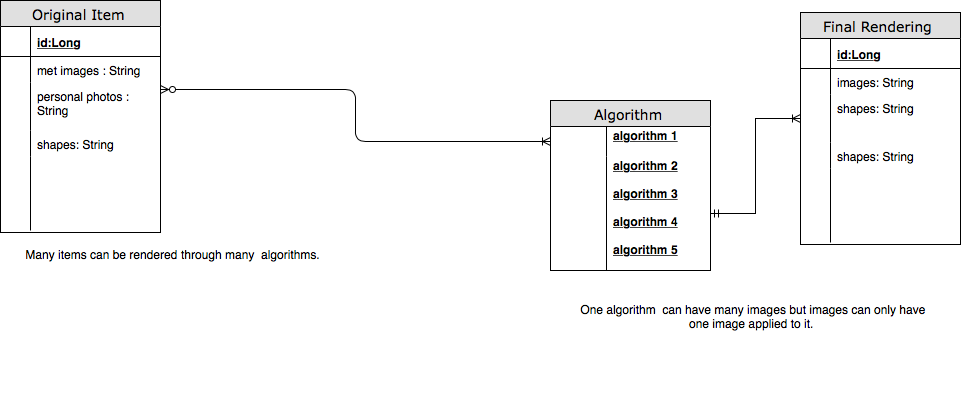
This is docs/erd.png from nevdiaz/Iterate, a draw.io export, as it was before one commit. Source tidied: cells renumbered, new cells last; positions are measured from the earlier drawing's top-left corner, leaving out a move shared by most shapes.
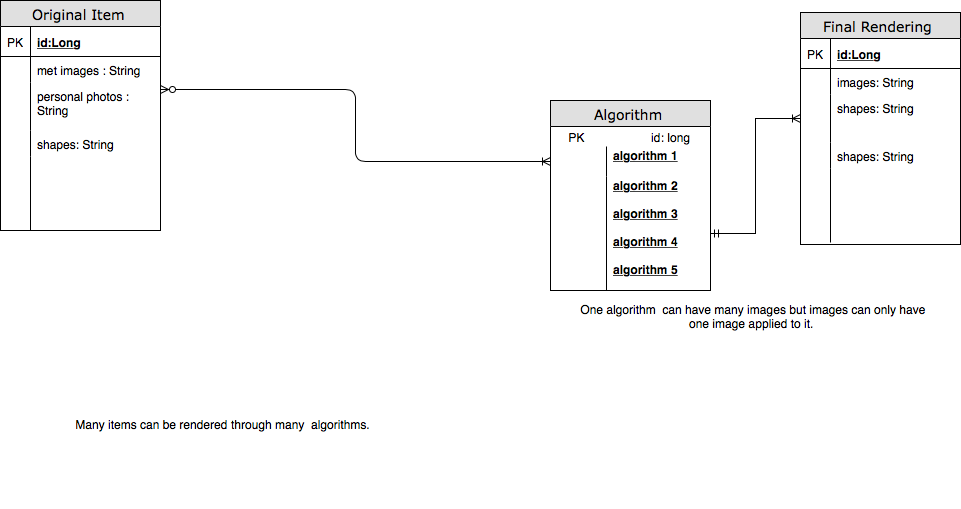
Later version of the same file.

The edit, as a diff of the source:
```diff
@@ -3,12 +3,12 @@
     <mxCell id="0" />
     <mxCell id="1" parent="0" />
     <mxCell id="2" value="Original Item" style="swimlane;html=1;fontStyle=0;horizontal=1;startSize=26;fillColor=#e0e0e0;swimlaneFillColor=#ffffff;align=center;rounded=0;shadow=0;comic=0;labelBackgroundColor=none;strokeColor=#000000;strokeWidth=1;fontFamily=Verdana;fontSize=14;fontColor=#000000;" parent="1" vertex="1">
-      <mxGeometry width="160" height="232" as="geometry" />
+      <mxGeometry width="160" height="230" as="geometry" />
     </mxCell>
     <mxCell id="3" value="id:Long" style="shape=partialRectangle;top=0;left=0;right=0;bottom=1;html=1;align=left;verticalAlign=middle;fillColor=none;spacingLeft=34;spacingRight=4;whiteSpace=wrap;overflow=hidden;fontStyle=5;" parent="2" vertex="1">
       <mxGeometry y="26" width="160" height="30" as="geometry" />
     </mxCell>
-    <mxCell id="4" style="shape=partialRectangle;top=0;left=0;bottom=0;html=1;fillColor=none;align=left;verticalAlign=middle;spacingLeft=4;spacingRight=4;whiteSpace=wrap;overflow=hidden;" parent="3" vertex="1">
+    <mxCell id="4" value="PK" style="shape=partialRectangle;top=0;left=0;bottom=0;html=1;fillColor=none;align=left;verticalAlign=middle;spacingLeft=4;spacingRight=4;whiteSpace=wrap;overflow=hidden;" parent="3" vertex="1">
       <mxGeometry width="30" height="30" as="geometry" />
     </mxCell>
     <mxCell id="5" value="met images : String" style="shape=partialRectangle;top=0;left=0;right=0;bottom=0;html=1;align=left;verticalAlign=top;fillColor=none;spacingLeft=34;spacingRight=4;whiteSpace=wrap;overflow=hidden;" parent="2" vertex="1">
@@ -36,16 +36,19 @@
       <mxGeometry width="30" height="74" as="geometry" />
     </mxCell>
     <mxCell id="13" value="Algorithm" style="swimlane;html=1;fontStyle=0;horizontal=1;startSize=26;fillColor=#e0e0e0;swimlaneFillColor=#ffffff;align=center;rounded=0;shadow=0;comic=0;labelBackgroundColor=none;strokeColor=#000000;strokeWidth=1;fontFamily=Verdana;fontSize=14;fontColor=#000000;" parent="1" vertex="1">
-      <mxGeometry x="550" y="100" width="160" height="170" as="geometry" />
+      <mxGeometry x="550" y="100" width="160" height="190" as="geometry" />
     </mxCell>
+    <mxCell id="33" value="PK &amp;nbsp; &amp;nbsp; &amp;nbsp; &amp;nbsp; &amp;nbsp; &amp;nbsp; &amp;nbsp; &amp;nbsp; &amp;nbsp; &amp;nbsp;id: long&amp;nbsp;" style="text;html=1;strokeColor=none;fillColor=none;align=center;verticalAlign=middle;whiteSpace=wrap;rounded=0;" parent="13" vertex="1">
+      <mxGeometry y="26" width="160" height="20" as="geometry" />
+    </mxCell>
     <mxCell id="14" value="algorithm 1&lt;br&gt;&lt;br&gt;" style="shape=partialRectangle;top=0;left=0;right=0;bottom=0;html=1;align=left;verticalAlign=middle;fillColor=none;spacingLeft=60;spacingRight=4;whiteSpace=wrap;overflow=hidden;points=[[0,0.5],[1,0.5]];portConstraint=eastwest;fontStyle=5;" parent="13" vertex="1">
-      <mxGeometry y="26" width="160" height="30" as="geometry" />
+      <mxGeometry y="46" width="160" height="30" as="geometry" />
     </mxCell>
     <mxCell id="15" style="shape=partialRectangle;fontStyle=1;top=0;left=0;bottom=0;html=1;fillColor=none;align=left;verticalAlign=middle;spacingLeft=4;spacingRight=4;whiteSpace=wrap;overflow=hidden;" parent="14" vertex="1">
       <mxGeometry width="56" height="30" as="geometry" />
     </mxCell>
     <mxCell id="16" value="&lt;span&gt;algorithm 2&lt;br&gt;&lt;br&gt;algorithm 3&lt;br&gt;&lt;br&gt;algorithm 4&lt;br&gt;&lt;br&gt;algorithm 5&lt;br&gt;&lt;br&gt;algorithm 6&lt;br&gt;&lt;/span&gt;" style="shape=partialRectangle;top=0;left=0;right=0;bottom=1;html=1;align=left;verticalAlign=middle;fillColor=none;spacingLeft=60;spacingRight=4;whiteSpace=wrap;overflow=hidden;points=[[0,0.5],[1,0.5]];portConstraint=eastwest;fontStyle=5;" parent="13" vertex="1">
-      <mxGeometry y="56" width="160" height="114" as="geometry" />
+      <mxGeometry y="76" width="160" height="114" as="geometry" />
     </mxCell>
     <mxCell id="17" style="shape=partialRectangle;fontStyle=1;top=0;left=0;bottom=0;html=1;fillColor=none;align=left;verticalAlign=middle;spacingLeft=4;spacingRight=4;whiteSpace=wrap;overflow=hidden;" parent="16" vertex="1">
       <mxGeometry width="56" height="114" as="geometry" />
@@ -59,7 +62,7 @@
     <mxCell id="20" value="id:Long" style="shape=partialRectangle;top=0;left=0;right=0;bottom=1;html=1;align=left;verticalAlign=middle;fillColor=none;spacingLeft=34;spacingRight=4;whiteSpace=wrap;overflow=hidden;fontStyle=5;" parent="19" vertex="1">
       <mxGeometry y="26" width="160" height="30" as="geometry" />
     </mxCell>
-    <mxCell id="21" style="shape=partialRectangle;top=0;left=0;bottom=0;html=1;fillColor=none;align=left;verticalAlign=middle;spacingLeft=4;spacingRight=4;whiteSpace=wrap;overflow=hidden;" parent="20" vertex="1">
+    <mxCell id="21" value="PK" style="shape=partialRectangle;top=0;left=0;bottom=0;html=1;fillColor=none;align=left;verticalAlign=middle;spacingLeft=4;spacingRight=4;whiteSpace=wrap;overflow=hidden;" parent="20" vertex="1">
       <mxGeometry width="30" height="30" as="geometry" />
     </mxCell>
     <mxCell id="22" value="images: String" style="shape=partialRectangle;top=0;left=0;right=0;bottom=0;html=1;align=left;verticalAlign=top;fillColor=none;spacingLeft=34;spacingRight=4;whiteSpace=wrap;overflow=hidden;" parent="19" vertex="1">
@@ -90,7 +93,7 @@
       <mxGeometry relative="1" as="geometry" />
     </mxCell>
     <mxCell id="31" value="Many items can be rendered through many &amp;nbsp;algorithms. &amp;nbsp;" style="text;html=1;strokeColor=none;fillColor=none;align=center;verticalAlign=middle;whiteSpace=wrap;rounded=0;" parent="1" vertex="1">
-      <mxGeometry y="168" width="350" height="170" as="geometry" />
+      <mxGeometry x="50" y="338" width="350" height="170" as="geometry" />
     </mxCell>
     <mxCell id="32" value="One algorithm &amp;nbsp;can have many images but images can only have one image applied to it.&amp;nbsp;" style="text;html=1;strokeColor=none;fillColor=none;align=center;verticalAlign=middle;whiteSpace=wrap;rounded=0;" parent="1" vertex="1">
       <mxGeometry x="578" y="230" width="350" height="170" as="geometry" />
```
